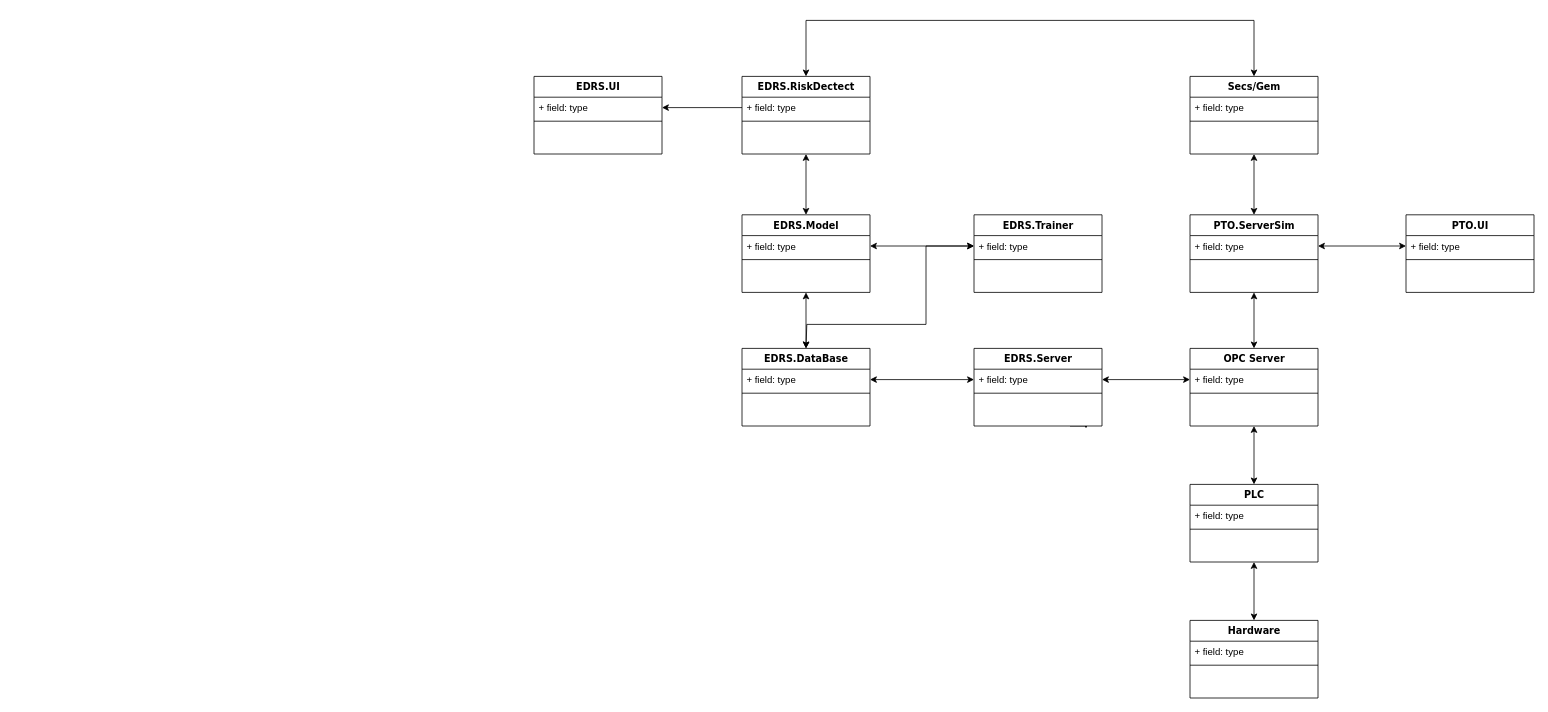
This is Untitled Diagram.drawio from daedalus23/Budgetter, a draw.io file, before an edit. Source tidied: cells renumbered, new cells numbered last; positions are measured from the earlier drawing's top-left corner, leaving out a move shared by most shapes. Both pictures are drawn from the tidied source at 80%, with x=0, y=0 at pixel (534, 20).
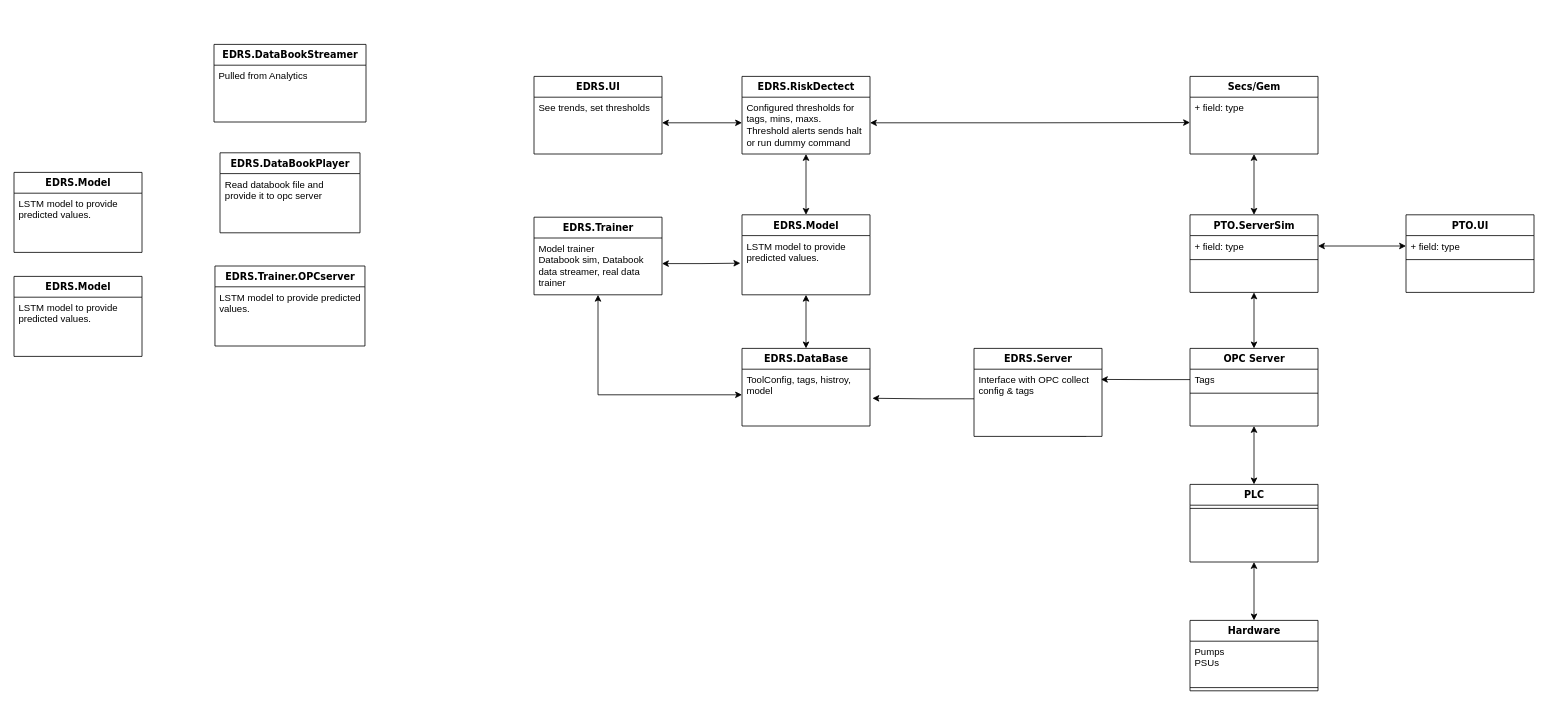
Above is the later version.

The change refers to these unchanged cells:
```xml
<mxCell id="4" value="+ field: type" style="text;html=1;strokeColor=none;fillColor=none;align=left;verticalAlign=top;spacingLeft=4;spacingRight=4;whiteSpace=wrap;overflow=hidden;points=[[0,0.5],[1,0.5]];portConstraint=eastwest;" parent="3" vertex="1">
  <mxGeometry y="26" width="160" height="26" as="geometry" />
</mxCell>
<mxCell id="8" value="OPC Server" style="swimlane;html=1;fontStyle=1;align=center;verticalAlign=top;horizontal=1;startSize=26;swimlaneFillColor=#ffffff;rounded=0;shadow=0;comic=0;labelBackgroundColor=none;strokeWidth=1;fillColor=none;fontFamily=Verdana;fontSize=12;" parent="1" vertex="1">
  <mxGeometry x="820" y="410" width="160" height="97" as="geometry" />
</mxCell>
<mxCell id="12" value="PLC" style="swimlane;html=1;fontStyle=1;align=center;verticalAlign=top;horizontal=1;startSize=26;swimlaneFillColor=#ffffff;rounded=0;shadow=0;comic=0;labelBackgroundColor=none;strokeWidth=1;fillColor=none;fontFamily=Verdana;fontSize=12;" parent="1" vertex="1">
  <mxGeometry x="820" y="580" width="160" height="97" as="geometry" />
</mxCell>
<mxCell id="18" value="Secs/Gem" style="swimlane;html=1;fontStyle=1;align=center;verticalAlign=top;horizontal=1;startSize=26;swimlaneFillColor=#ffffff;rounded=0;shadow=0;comic=0;labelBackgroundColor=none;strokeWidth=1;fillColor=none;fontFamily=Verdana;fontSize=12;" parent="1" vertex="1">
  <mxGeometry x="820" y="70" width="160" height="97" as="geometry" />
</mxCell>
<mxCell id="22" value="+ field: type" style="text;html=1;strokeColor=none;fillColor=none;align=left;verticalAlign=top;spacingLeft=4;spacingRight=4;whiteSpace=wrap;overflow=hidden;points=[[0,0.5],[1,0.5]];portConstraint=eastwest;" parent="21" vertex="1">
  <mxGeometry y="26" width="160" height="26" as="geometry" />
</mxCell>
<mxCell id="33" value="EDRS.RiskDectect" style="swimlane;html=1;fontStyle=1;align=center;verticalAlign=top;horizontal=1;startSize=26;swimlaneFillColor=#ffffff;rounded=0;shadow=0;comic=0;labelBackgroundColor=none;strokeWidth=1;fillColor=none;fontFamily=Verdana;fontSize=12;" parent="1" vertex="1">
  <mxGeometry x="260" y="70" width="160" height="97" as="geometry" />
</mxCell>
<mxCell id="41" value="EDRS.DataBase" style="swimlane;html=1;fontStyle=1;align=center;verticalAlign=top;horizontal=1;startSize=26;swimlaneFillColor=#ffffff;rounded=0;shadow=0;comic=0;labelBackgroundColor=none;strokeWidth=1;fillColor=none;fontFamily=Verdana;fontSize=12;" parent="1" vertex="1">
  <mxGeometry x="260" y="410" width="160" height="97" as="geometry" />
</mxCell>
<mxCell id="44" value="EDRS.UI" style="swimlane;html=1;fontStyle=1;align=center;verticalAlign=top;horizontal=1;startSize=26;swimlaneFillColor=#ffffff;rounded=0;shadow=0;comic=0;labelBackgroundColor=none;strokeWidth=1;fillColor=none;fontFamily=Verdana;fontSize=12;" parent="1" vertex="1">
  <mxGeometry y="70" width="160" height="97" as="geometry" />
</mxCell>
```

Change to the diagram source:
```diff
@@
-    <mxCell id="9" value="+ field: type" style="text;html=1;strokeColor=none;fillColor=none;align=left;verticalAlign=top;spacingLeft=4;spacingRight=4;whiteSpace=wrap;overflow=hidden;points=[[0,0.5],[1,0.5]];portConstraint=eastwest;" parent="8" vertex="1">
+    <mxCell id="9" value="Tags" style="text;html=1;strokeColor=none;fillColor=none;align=left;verticalAlign=top;spacingLeft=4;spacingRight=4;whiteSpace=wrap;overflow=hidden;points=[[0,0.5],[1,0.5]];portConstraint=eastwest;" parent="8" vertex="1">
       <mxGeometry y="26" width="160" height="26" as="geometry" />
     </mxCell>
@@
-    <mxCell id="13" value="+ field: type" style="text;html=1;strokeColor=none;fillColor=none;align=left;verticalAlign=top;spacingLeft=4;spacingRight=4;whiteSpace=wrap;overflow=hidden;" parent="12" vertex="1">
-      <mxGeometry y="26" width="160" height="26" as="geometry" />
-    </mxCell>
     <mxCell id="14" style="line;html=1;strokeWidth=1;fillColor=none;align=left;verticalAlign=middle;spacingTop=-1;spacingLeft=3;spacingRight=3;labelPosition=right;" parent="12" vertex="1">
-      <mxGeometry y="52" width="160" height="8" as="geometry" />
+      <mxGeometry y="26" width="160" height="8" as="geometry" />
     </mxCell>
     <mxCell id="15" value="Hardware" style="swimlane;html=1;fontStyle=1;align=center;verticalAlign=top;horizontal=1;startSize=26;swimlaneFillColor=#ffffff;rounded=0;shadow=0;comic=0;labelBackgroundColor=none;strokeWidth=1;fillColor=none;fontFamily=Verdana;fontSize=12;" parent="1" vertex="1">
-      <mxGeometry x="820" y="750" width="160" height="97" as="geometry" />
+      <mxGeometry x="820" y="750" width="160" height="88" as="geometry" />
     </mxCell>
-    <mxCell id="16" value="+ field: type" style="text;html=1;strokeColor=none;fillColor=none;align=left;verticalAlign=top;spacingLeft=4;spacingRight=4;whiteSpace=wrap;overflow=hidden;" parent="15" vertex="1">
-      <mxGeometry y="26" width="160" height="26" as="geometry" />
+    <mxCell id="16" value="&lt;div&gt;Pumps&lt;/div&gt;&lt;div&gt;PSUs&lt;/div&gt;" style="text;html=1;strokeColor=none;fillColor=none;align=left;verticalAlign=top;spacingLeft=4;spacingRight=4;whiteSpace=wrap;overflow=hidden;" parent="15" vertex="1">
+      <mxGeometry y="26" width="160" height="54" as="geometry" />
     </mxCell>
     <mxCell id="17" style="line;html=1;strokeWidth=1;fillColor=none;align=left;verticalAlign=middle;spacingTop=-1;spacingLeft=3;spacingRight=3;labelPosition=right;" parent="15" vertex="1">
-      <mxGeometry y="52" width="160" height="8" as="geometry" />
+      <mxGeometry y="80" width="160" height="8" as="geometry" />
     </mxCell>
@@
-    <mxCell id="20" style="line;html=1;strokeWidth=1;fillColor=none;align=left;verticalAlign=middle;spacingTop=-1;spacingLeft=3;spacingRight=3;labelPosition=right;" parent="18" vertex="1">
-      <mxGeometry y="52" width="160" height="8" as="geometry" />
-    </mxCell>
@@
     <mxCell id="25" value="EDRS.Server" style="swimlane;html=1;fontStyle=1;align=center;verticalAlign=top;horizontal=1;startSize=26;swimlaneFillColor=#ffffff;rounded=0;shadow=0;comic=0;labelBackgroundColor=none;strokeWidth=1;fillColor=none;fontFamily=Verdana;fontSize=12;" parent="1" vertex="1">
-      <mxGeometry x="550" y="410" width="160" height="97" as="geometry" />
+      <mxGeometry x="550" y="410" width="160" height="110" as="geometry" />
     </mxCell>
-    <mxCell id="26" value="+ field: type" style="text;html=1;strokeColor=none;fillColor=none;align=left;verticalAlign=top;spacingLeft=4;spacingRight=4;whiteSpace=wrap;overflow=hidden;points=[[0,0.5],[1,0.5]];portConstraint=eastwest;" parent="25" vertex="1">
-      <mxGeometry y="26" width="160" height="26" as="geometry" />
+    <mxCell id="26" value="Interface with OPC collect config &amp;amp; tags" style="text;html=1;strokeColor=none;fillColor=none;align=left;verticalAlign=top;spacingLeft=4;spacingRight=4;whiteSpace=wrap;overflow=hidden;points=[[0,0.5],[1,0.5]];portConstraint=eastwest;" parent="25" vertex="1">
+      <mxGeometry y="26" width="160" height="74" as="geometry" />
     </mxCell>
-    <mxCell id="27" style="line;html=1;strokeWidth=1;fillColor=none;align=left;verticalAlign=middle;spacingTop=-1;spacingLeft=3;spacingRight=3;labelPosition=right;" parent="25" vertex="1">
-      <mxGeometry y="52" width="160" height="8" as="geometry" />
-    </mxCell>
@@
     <mxCell id="29" value="EDRS.Model" style="swimlane;html=1;fontStyle=1;align=center;verticalAlign=top;horizontal=1;startSize=26;swimlaneFillColor=#ffffff;rounded=0;shadow=0;comic=0;labelBackgroundColor=none;strokeWidth=1;fillColor=none;fontFamily=Verdana;fontSize=12;" parent="1" vertex="1">
-      <mxGeometry x="260" y="243" width="160" height="97" as="geometry" />
+      <mxGeometry x="260" y="243" width="160" height="100" as="geometry" />
     </mxCell>
-    <mxCell id="30" value="+ field: type" style="text;html=1;strokeColor=none;fillColor=none;align=left;verticalAlign=top;spacingLeft=4;spacingRight=4;whiteSpace=wrap;overflow=hidden;points=[[0,0.5],[1,0.5]];portConstraint=eastwest;" parent="29" vertex="1">
-      <mxGeometry y="26" width="160" height="26" as="geometry" />
+    <mxCell id="30" value="LSTM model to provide predicted values.&amp;nbsp;" style="text;html=1;strokeColor=none;fillColor=none;align=left;verticalAlign=top;spacingLeft=4;spacingRight=4;whiteSpace=wrap;overflow=hidden;points=[[0,0.5],[1,0.5]];portConstraint=eastwest;" parent="29" vertex="1">
+      <mxGeometry y="26" width="160" height="74" as="geometry" />
     </mxCell>
-    <mxCell id="31" style="line;html=1;strokeWidth=1;fillColor=none;align=left;verticalAlign=middle;spacingTop=-1;spacingLeft=3;spacingRight=3;labelPosition=right;" parent="29" vertex="1">
-      <mxGeometry y="52" width="160" height="8" as="geometry" />
-    </mxCell>
-    <mxCell id="32" style="edgeStyle=orthogonalEdgeStyle;rounded=0;jettySize=auto;html=1;exitX=0.5;exitY=0;exitDx=0;exitDy=0;entryX=0.5;entryY=0;entryDx=0;entryDy=0;startArrow=classic;startFill=1;" parent="1" edge="1" source="33" target="18">
-      <mxGeometry relative="1" as="geometry">
-        <Array as="points">
-          <mxPoint x="340" />
-          <mxPoint x="900" />
-        </Array>
-      </mxGeometry>
-    </mxCell>
@@
+    <mxCell id="52" style="edgeStyle=orthogonalEdgeStyle;rounded=0;jettySize=auto;html=1;exitX=1;exitY=0.5;exitDx=0;exitDy=0;startArrow=classic;startFill=1;" parent="33" edge="1" source="34">
+      <mxGeometry relative="1" as="geometry">
+        <mxPoint x="560" y="57.7" as="targetPoint" />
+      </mxGeometry>
+    </mxCell>
-    <mxCell id="34" value="+ field: type" style="text;html=1;strokeColor=none;fillColor=none;align=left;verticalAlign=top;spacingLeft=4;spacingRight=4;whiteSpace=wrap;overflow=hidden;points=[[0,0.5],[1,0.5]];portConstraint=eastwest;" parent="33" vertex="1">
-      <mxGeometry y="26" width="160" height="26" as="geometry" />
+    <mxCell id="34" value="Configured thresholds for tags, mins, maxs.&lt;div&gt;Threshold alerts sends halt or run dummy command&lt;/div&gt;" style="text;html=1;strokeColor=none;fillColor=none;align=left;verticalAlign=top;spacingLeft=4;spacingRight=4;whiteSpace=wrap;overflow=hidden;points=[[0,0.5],[1,0.5]];portConstraint=eastwest;" parent="33" vertex="1">
+      <mxGeometry y="26" width="160" height="64" as="geometry" />
     </mxCell>
-    <mxCell id="35" style="line;html=1;strokeWidth=1;fillColor=none;align=left;verticalAlign=middle;spacingTop=-1;spacingLeft=3;spacingRight=3;labelPosition=right;" parent="33" vertex="1">
-      <mxGeometry y="52" width="160" height="8" as="geometry" />
-    </mxCell>
-    <mxCell id="36" style="edgeStyle=orthogonalEdgeStyle;rounded=0;jettySize=auto;html=1;exitX=0;exitY=0.5;exitDx=0;exitDy=0;startArrow=classic;startFill=1;" parent="1" edge="1" source="38">
-      <mxGeometry relative="1" as="geometry">
-        <mxPoint x="340" y="410" as="targetPoint" />
-        <Array as="points">
-          <mxPoint x="490" y="282" />
-          <mxPoint x="490" y="380" />
-          <mxPoint x="341" y="380" />
-          <mxPoint x="341" y="410" />
-        </Array>
-      </mxGeometry>
-    </mxCell>
     <mxCell id="37" value="EDRS.Trainer" style="swimlane;html=1;fontStyle=1;align=center;verticalAlign=top;horizontal=1;startSize=26;swimlaneFillColor=#ffffff;rounded=0;shadow=0;comic=0;labelBackgroundColor=none;strokeWidth=1;fillColor=none;fontFamily=Verdana;fontSize=12;" parent="1" vertex="1">
-      <mxGeometry x="550" y="243" width="160" height="97" as="geometry" />
+      <mxGeometry y="246" width="160" height="97" as="geometry" />
     </mxCell>
-    <mxCell id="38" value="+ field: type" style="text;html=1;strokeColor=none;fillColor=none;align=left;verticalAlign=top;spacingLeft=4;spacingRight=4;whiteSpace=wrap;overflow=hidden;points=[[0,0.5],[1,0.5]];portConstraint=eastwest;" parent="37" vertex="1">
-      <mxGeometry y="26" width="160" height="26" as="geometry" />
+    <mxCell id="38" value="Model trainer&lt;div&gt;Databook sim, Databook data streamer, real data trainer&lt;/div&gt;" style="text;html=1;strokeColor=none;fillColor=none;align=left;verticalAlign=top;spacingLeft=4;spacingRight=4;whiteSpace=wrap;overflow=hidden;points=[[0,0.5],[1,0.5]];portConstraint=eastwest;" parent="37" vertex="1">
+      <mxGeometry y="26" width="160" height="64" as="geometry" />
     </mxCell>
-    <mxCell id="39" style="line;html=1;strokeWidth=1;fillColor=none;align=left;verticalAlign=middle;spacingTop=-1;spacingLeft=3;spacingRight=3;labelPosition=right;" parent="37" vertex="1">
-      <mxGeometry y="52" width="160" height="8" as="geometry" />
-    </mxCell>
@@
-    <mxCell id="42" value="+ field: type" style="text;html=1;strokeColor=none;fillColor=none;align=left;verticalAlign=top;spacingLeft=4;spacingRight=4;whiteSpace=wrap;overflow=hidden;points=[[0,0.5],[1,0.5]];portConstraint=eastwest;" parent="41" vertex="1">
-      <mxGeometry y="26" width="160" height="26" as="geometry" />
+    <mxCell id="42" value="ToolConfig, tags, histroy, model" style="text;html=1;strokeColor=none;fillColor=none;align=left;verticalAlign=top;spacingLeft=4;spacingRight=4;whiteSpace=wrap;overflow=hidden;points=[[0,0.5],[1,0.5]];portConstraint=eastwest;" parent="41" vertex="1">
+      <mxGeometry y="26" width="160" height="64" as="geometry" />
     </mxCell>
-    <mxCell id="43" style="line;html=1;strokeWidth=1;fillColor=none;align=left;verticalAlign=middle;spacingTop=-1;spacingLeft=3;spacingRight=3;labelPosition=right;" parent="41" vertex="1">
-      <mxGeometry y="52" width="160" height="8" as="geometry" />
-    </mxCell>
@@
-    <mxCell id="45" value="+ field: type" style="text;html=1;strokeColor=none;fillColor=none;align=left;verticalAlign=top;spacingLeft=4;spacingRight=4;whiteSpace=wrap;overflow=hidden;points=[[0,0.5],[1,0.5]];portConstraint=eastwest;" parent="44" vertex="1">
-      <mxGeometry y="26" width="160" height="26" as="geometry" />
+    <mxCell id="45" value="See trends, set thresholds" style="text;html=1;strokeColor=none;fillColor=none;align=left;verticalAlign=top;spacingLeft=4;spacingRight=4;whiteSpace=wrap;overflow=hidden;points=[[0,0.5],[1,0.5]];portConstraint=eastwest;" parent="44" vertex="1">
+      <mxGeometry y="26" width="160" height="64" as="geometry" />
     </mxCell>
-    <mxCell id="46" style="line;html=1;strokeWidth=1;fillColor=none;align=left;verticalAlign=middle;spacingTop=-1;spacingLeft=3;spacingRight=3;labelPosition=right;" parent="44" vertex="1">
-      <mxGeometry y="52" width="160" height="8" as="geometry" />
-    </mxCell>
+    <mxCell id="48" style="edgeStyle=orthogonalEdgeStyle;rounded=0;jettySize=auto;html=1;exitX=1;exitY=0.5;exitDx=0;exitDy=0;entryX=0;entryY=0.5;entryDx=0;entryDy=0;startArrow=classic;startFill=1;" parent="1" edge="1" source="4" target="22">
+      <mxGeometry relative="1" as="geometry" />
+    </mxCell>
+    <mxCell id="53" style="edgeStyle=orthogonalEdgeStyle;rounded=0;jettySize=auto;html=1;startArrow=classic;startFill=1;" parent="1" edge="1" source="45" target="34">
+      <mxGeometry relative="1" as="geometry" />
+    </mxCell>
-    <mxCell id="47" style="edgeStyle=orthogonalEdgeStyle;rounded=0;jettySize=auto;html=1;exitX=0;exitY=0.5;exitDx=0;exitDy=0;entryX=1;entryY=0.5;entryDx=0;entryDy=0;startArrow=classic;startFill=1;" parent="1" edge="1" source="9" target="26">
+    <mxCell id="47" style="edgeStyle=orthogonalEdgeStyle;rounded=0;jettySize=auto;html=1;exitX=0;exitY=0.5;exitDx=0;exitDy=0;entryX=0.992;entryY=0.173;entryDx=0;entryDy=0;entryPerimeter=0;" parent="1" edge="1" source="9" target="26">
       <mxGeometry relative="1" as="geometry" />
     </mxCell>
-    <mxCell id="48" style="edgeStyle=orthogonalEdgeStyle;rounded=0;jettySize=auto;html=1;exitX=1;exitY=0.5;exitDx=0;exitDy=0;entryX=0;entryY=0.5;entryDx=0;entryDy=0;startArrow=classic;startFill=1;" parent="1" edge="1" source="4" target="22">
-      <mxGeometry relative="1" as="geometry" />
-    </mxCell>
+    <mxCell id="54" style="edgeStyle=orthogonalEdgeStyle;rounded=0;jettySize=auto;html=1;entryX=0.5;entryY=1;entryDx=0;entryDy=0;startArrow=classic;startFill=1;" parent="1" edge="1" source="42" target="37">
+      <mxGeometry relative="1" as="geometry" />
+    </mxCell>
+    <mxCell id="50" style="edgeStyle=orthogonalEdgeStyle;rounded=0;jettySize=auto;html=1;entryX=-0.013;entryY=0.466;entryDx=0;entryDy=0;entryPerimeter=0;startArrow=classic;startFill=1;" parent="1" edge="1" source="38" target="30">
+      <mxGeometry relative="1" as="geometry" />
+    </mxCell>
-    <mxCell id="49" style="edgeStyle=orthogonalEdgeStyle;rounded=0;jettySize=auto;html=1;exitX=0;exitY=0.5;exitDx=0;exitDy=0;entryX=1;entryY=0.5;entryDx=0;entryDy=0;startArrow=classic;startFill=1;" parent="1" edge="1" source="26" target="42">
+    <mxCell id="49" style="edgeStyle=orthogonalEdgeStyle;rounded=0;jettySize=auto;html=1;entryX=1.019;entryY=0.568;entryDx=0;entryDy=0;entryPerimeter=0;startArrow=none;startFill=0;endArrow=classic;endFill=1;" parent="1" edge="1" source="26" target="42">
       <mxGeometry relative="1" as="geometry" />
     </mxCell>
-    <mxCell id="50" style="edgeStyle=orthogonalEdgeStyle;rounded=0;jettySize=auto;html=1;exitX=0;exitY=0.5;exitDx=0;exitDy=0;startArrow=classic;startFill=1;" parent="1" edge="1" source="38" target="30">
-      <mxGeometry relative="1" as="geometry" />
-    </mxCell>
-    <mxCell id="51" style="edgeStyle=orthogonalEdgeStyle;rounded=0;jettySize=auto;html=1;entryX=1;entryY=0.5;entryDx=0;entryDy=0;" parent="1" edge="1" source="34" target="45">
-      <mxGeometry relative="1" as="geometry" />
-    </mxCell>
+    <mxCell id="55" value="EDRS.DataBookStreamer" style="swimlane;html=1;fontStyle=1;align=center;verticalAlign=top;horizontal=1;startSize=26;swimlaneFillColor=#ffffff;rounded=0;shadow=0;comic=0;labelBackgroundColor=none;strokeWidth=1;fillColor=none;fontFamily=Verdana;fontSize=12;" parent="1" vertex="1">
+      <mxGeometry x="-400" y="30" width="190" height="97" as="geometry" />
+    </mxCell>
+    <mxCell id="56" value="Pulled from Analytics" style="text;html=1;strokeColor=none;fillColor=none;align=left;verticalAlign=top;spacingLeft=4;spacingRight=4;whiteSpace=wrap;overflow=hidden;" parent="55" vertex="1">
+      <mxGeometry y="26" width="190" height="64" as="geometry" />
+    </mxCell>
+    <mxCell id="57" value="EDRS.DataBookPlayer" style="swimlane;html=1;fontStyle=1;align=center;verticalAlign=top;horizontal=1;startSize=26;swimlaneFillColor=#ffffff;rounded=0;shadow=0;comic=0;labelBackgroundColor=none;strokeWidth=1;fillColor=none;fontFamily=Verdana;fontSize=12;" parent="1" vertex="1">
+      <mxGeometry x="-392.5" y="165.5" width="175" height="100" as="geometry" />
+    </mxCell>
+    <mxCell id="58" value="Read databook file and provide it to opc server" style="text;html=1;strokeColor=none;fillColor=none;align=left;verticalAlign=top;spacingLeft=4;spacingRight=4;whiteSpace=wrap;overflow=hidden;" parent="57" vertex="1">
+      <mxGeometry y="26" width="175" height="74" as="geometry" />
+    </mxCell>
+    <mxCell id="59" value="EDRS.Trainer.OPCserver" style="swimlane;html=1;fontStyle=1;align=center;verticalAlign=top;horizontal=1;startSize=26;swimlaneFillColor=#ffffff;rounded=0;shadow=0;comic=0;labelBackgroundColor=none;strokeWidth=1;fillColor=none;fontFamily=Verdana;fontSize=12;" parent="1" vertex="1">
+      <mxGeometry x="-398.8" y="307" width="187.5" height="100" as="geometry" />
+    </mxCell>
+    <mxCell id="60" value="LSTM model to provide predicted values.&amp;nbsp;" style="text;html=1;strokeColor=none;fillColor=none;align=left;verticalAlign=top;spacingLeft=4;spacingRight=4;whiteSpace=wrap;overflow=hidden;" parent="59" vertex="1">
+      <mxGeometry y="26" width="187.5" height="74" as="geometry" />
+    </mxCell>
+    <mxCell id="61" value="EDRS.Model" style="swimlane;html=1;fontStyle=1;align=center;verticalAlign=top;horizontal=1;startSize=26;swimlaneFillColor=#ffffff;rounded=0;shadow=0;comic=0;labelBackgroundColor=none;strokeWidth=1;fillColor=none;fontFamily=Verdana;fontSize=12;" parent="1" vertex="1">
+      <mxGeometry x="-650" y="320" width="160" height="100" as="geometry" />
+    </mxCell>
+    <mxCell id="62" value="LSTM model to provide predicted values.&amp;nbsp;" style="text;html=1;strokeColor=none;fillColor=none;align=left;verticalAlign=top;spacingLeft=4;spacingRight=4;whiteSpace=wrap;overflow=hidden;" parent="61" vertex="1">
+      <mxGeometry y="26" width="160" height="74" as="geometry" />
+    </mxCell>
+    <mxCell id="63" value="EDRS.Model" style="swimlane;html=1;fontStyle=1;align=center;verticalAlign=top;horizontal=1;startSize=26;swimlaneFillColor=#ffffff;rounded=0;shadow=0;comic=0;labelBackgroundColor=none;strokeWidth=1;fillColor=none;fontFamily=Verdana;fontSize=12;" parent="1" vertex="1">
+      <mxGeometry x="-650" y="190" width="160" height="100" as="geometry" />
+    </mxCell>
+    <mxCell id="64" value="LSTM model to provide predicted values.&amp;nbsp;" style="text;html=1;strokeColor=none;fillColor=none;align=left;verticalAlign=top;spacingLeft=4;spacingRight=4;whiteSpace=wrap;overflow=hidden;" parent="63" vertex="1">
+      <mxGeometry y="26" width="160" height="74" as="geometry" />
+    </mxCell>
```
